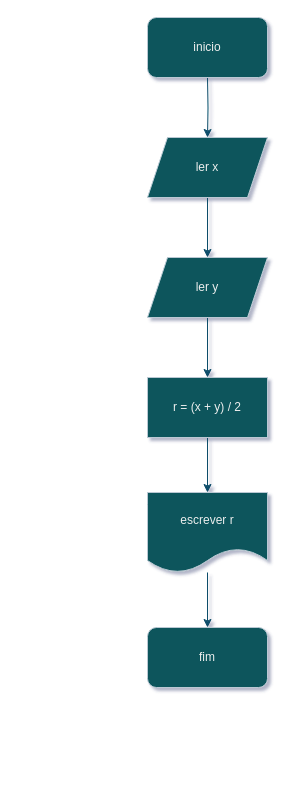
This is ucs/uc00245-desenvolver_algoritmos/exercicios/exercicioMedia.drawio from josecarlosgoncalves/cet, a draw.io file, before an edit. Source tidied: cells renumbered, new cells numbered last; positions are measured from the earlier drawing's top-left corner, leaving out a move shared by most shapes. Both pictures are drawn from the tidied source at 100%, with x=0, y=0 at pixel (147, 17).
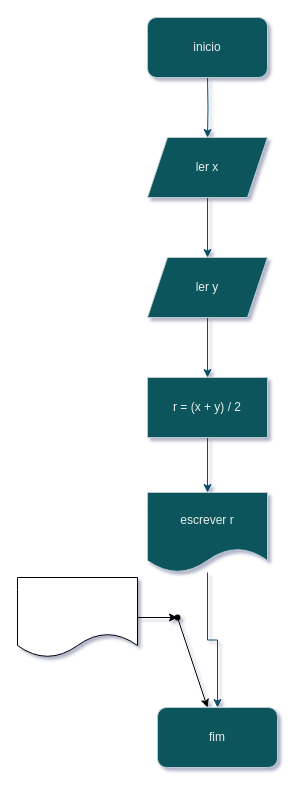
Above is the later version.

What changed in the source:
```diff
@@
 <mxGraphModel shadow="1">
   <root>
     <mxCell id="0" />
     <mxCell id="1" parent="0" />
     <mxCell id="2" style="edgeStyle=orthogonalEdgeStyle;rounded=0;jettySize=auto;html=1;labelBackgroundColor=none;strokeColor=#0B4D6A;fontColor=default;" parent="1" edge="1" target="4">
       <mxGeometry relative="1" as="geometry">
         <mxPoint x="60" y="60" as="sourcePoint" />
       </mxGeometry>
     </mxCell>
     <mxCell id="3" style="edgeStyle=orthogonalEdgeStyle;rounded=0;jettySize=auto;html=1;labelBackgroundColor=none;strokeColor=#0B4D6A;fontColor=default;" parent="1" edge="1" source="4" target="6">
       <mxGeometry relative="1" as="geometry" />
     </mxCell>
     <mxCell id="4" value="ler x" style="shape=parallelogram;perimeter=parallelogramPerimeter;whiteSpace=wrap;html=1;fixedSize=1;labelBackgroundColor=none;fillColor=#09555B;strokeColor=#BAC8D3;fontColor=#EEEEEE;" parent="1" vertex="1">
       <mxGeometry y="120" width="120" height="60" as="geometry" />
     </mxCell>
     <mxCell id="5" style="edgeStyle=orthogonalEdgeStyle;rounded=0;jettySize=auto;html=1;labelBackgroundColor=none;strokeColor=#0B4D6A;fontColor=default;" parent="1" edge="1" source="6" target="8">
       <mxGeometry relative="1" as="geometry" />
     </mxCell>
     <mxCell id="6" value="ler y" style="shape=parallelogram;perimeter=parallelogramPerimeter;whiteSpace=wrap;html=1;fixedSize=1;labelBackgroundColor=none;fillColor=#09555B;strokeColor=#BAC8D3;fontColor=#EEEEEE;" parent="1" vertex="1">
       <mxGeometry y="240" width="120" height="60" as="geometry" />
     </mxCell>
     <mxCell id="7" style="edgeStyle=orthogonalEdgeStyle;rounded=0;jettySize=auto;html=1;labelBackgroundColor=none;strokeColor=#0B4D6A;fontColor=default;" parent="1" edge="1" source="8" target="10">
       <mxGeometry relative="1" as="geometry" />
     </mxCell>
     <mxCell id="8" value="r = (x + y) / 2" style="rounded=0;whiteSpace=wrap;html=1;labelBackgroundColor=none;fillColor=#09555B;strokeColor=#BAC8D3;fontColor=#EEEEEE;" parent="1" vertex="1">
       <mxGeometry y="360" width="120" height="60" as="geometry" />
     </mxCell>
     <mxCell id="9" style="edgeStyle=orthogonalEdgeStyle;rounded=0;jettySize=auto;html=1;labelBackgroundColor=none;strokeColor=#0B4D6A;fontColor=default;" parent="1" edge="1" source="10" target="12">
       <mxGeometry relative="1" as="geometry" />
     </mxCell>
     <mxCell id="10" value="escrever r" style="shape=document;whiteSpace=wrap;html=1;boundedLbl=1;labelBackgroundColor=none;fillColor=#09555B;strokeColor=#BAC8D3;fontColor=#EEEEEE;" parent="1" vertex="1">
       <mxGeometry y="475" width="120" height="80" as="geometry" />
     </mxCell>
     <mxCell id="11" value="inicio" style="rounded=1;whiteSpace=wrap;html=1;labelBackgroundColor=none;fillColor=#09555B;strokeColor=#BAC8D3;fontColor=#EEEEEE;" parent="1" vertex="1">
       <mxGeometry width="120" height="60" as="geometry" />
     </mxCell>
     <mxCell id="12" value="fim" style="rounded=1;whiteSpace=wrap;html=1;labelBackgroundColor=none;fillColor=#09555B;strokeColor=#BAC8D3;fontColor=#EEEEEE;" parent="1" vertex="1">
-      <mxGeometry y="610" width="120" height="60" as="geometry" />
+      <mxGeometry x="10" y="690" width="120" height="60" as="geometry" />
     </mxCell>
+    <mxCell id="13" style="edgeStyle=none;html=1;" parent="1" edge="1" source="14" target="16">
+      <mxGeometry relative="1" as="geometry" />
+    </mxCell>
+    <mxCell id="14" style="shape=document;whiteSpace=wrap;html=1;boundedLbl=1;" parent="1" vertex="1">
+      <mxGeometry x="-130" y="560" width="120" height="80" as="geometry" />
+    </mxCell>
+    <mxCell id="15" style="edgeStyle=none;html=1;" parent="1" edge="1" source="16" target="12">
+      <mxGeometry relative="1" as="geometry" />
+    </mxCell>
+    <mxCell id="16" style="shape=waypoint;sketch=0;size=6;points=[];fillColor=default;perimeter=centerPerimeter;snapToPoint=1;" parent="1" vertex="1">
+      <mxGeometry x="20" y="590" width="20" height="20" as="geometry" />
+    </mxCell>
   </root>
 </mxGraphModel>
```
